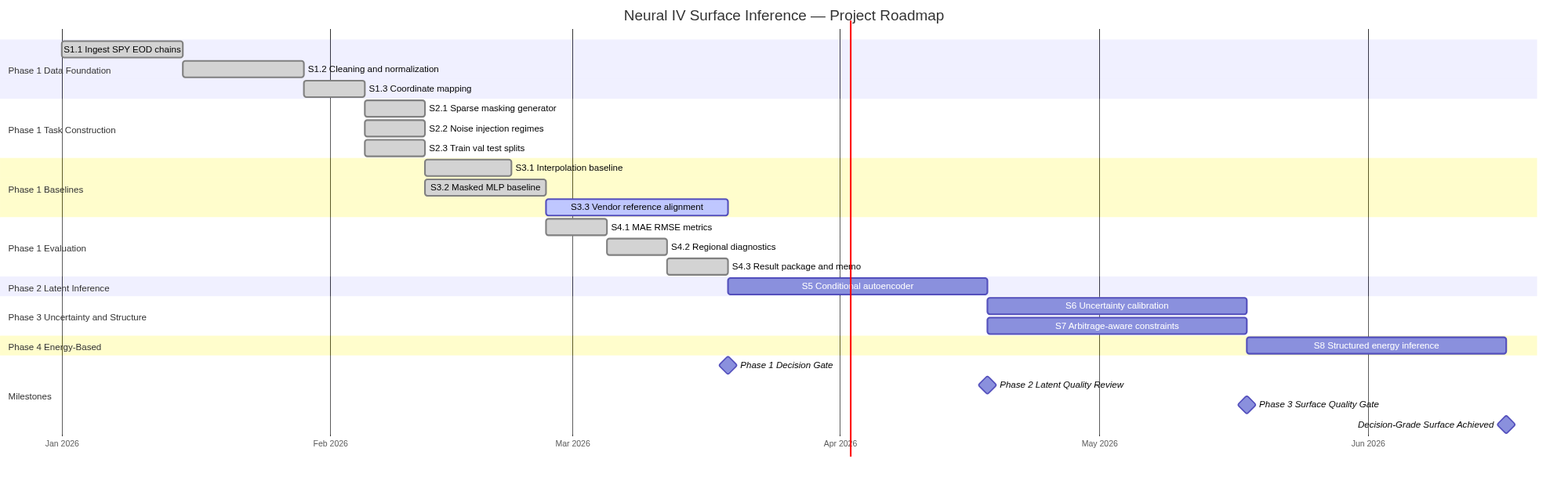
Before: docs/roadmaps/gantt_chart.png, a diagram exported from Mermaid (zymeng1998/neural-iv-surface-inference). Its source is kept beside it as docs/roadmaps/gantt_chart.mmd. The source it was exported from:
```mermaid
gantt
    title Neural IV Surface Inference — Project Roadmap
    dateFormat YYYY-MM-DD
    axisFormat %b %Y

    section Phase 1 Data Foundation
    S1.1 Ingest SPY EOD chains           :done, s11, 2026-01-01, 14d
    S1.2 Cleaning and normalization       :done, s12, after s11, 14d
    S1.3 Coordinate mapping               :done, s13, after s12, 7d

    section Phase 1 Task Construction
    S2.1 Sparse masking generator          :done, s21, after s13, 7d
    S2.2 Noise injection regimes           :done, s22, after s13, 7d
    S2.3 Train val test splits             :done, s23, after s13, 7d

    section Phase 1 Baselines
    S3.1 Interpolation baseline            :done, s31, after s23, 10d
    S3.2 Masked MLP baseline               :done, s32, after s23, 14d
    S3.3 Vendor reference alignment        :active, s33, after s32, 21d

    section Phase 1 Evaluation
    S4.1 MAE RMSE metrics                  :done, s41, after s32, 7d
    S4.2 Regional diagnostics              :done, s42, after s41, 7d
    S4.3 Result package and memo           :done, s43, after s42, 7d

    section Phase 2 Latent Inference
    S5 Conditional autoencoder             :s5, after s33, 30d

    section Phase 3 Uncertainty and Structure
    S6 Uncertainty calibration             :s6, after s5, 30d
    S7 Arbitrage-aware constraints         :s7, after s5, 30d

    section Phase 4 Energy-Based
    S8 Structured energy inference         :s8, after s7, 30d

    section Milestones
    Phase 1 Decision Gate                  :milestone, m1, after s43, 0d
    Phase 2 Latent Quality Review          :milestone, m2, after s5, 0d
    Phase 3 Surface Quality Gate           :milestone, m3, after s7, 0d
    Decision-Grade Surface Achieved        :milestone, m4, after s8, 0d
```
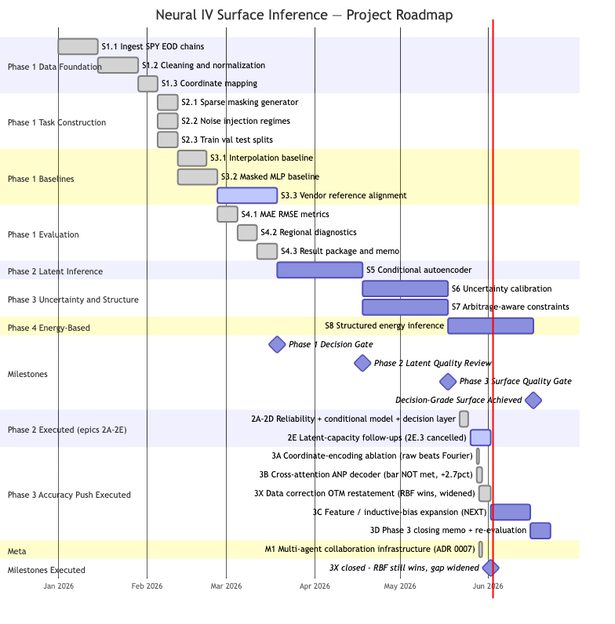
The same file after the commit.

Change to the diagram source:
```diff
@@ -38,3 +38,20 @@
     Phase 2 Latent Quality Review          :milestone, m2, after s5, 0d
     Phase 3 Surface Quality Gate           :milestone, m3, after s7, 0d
     Decision-Grade Surface Achieved        :milestone, m4, after s8, 0d
+
+    section Phase 2 Executed (epics 2A-2E)
+    2A-2D Reliability + conditional model + decision layer :done, p2, 2026-05-22, 2026-05-25
+    2E Latent-capacity follow-ups (2E.3 cancelled)         :active, p2e, 2026-05-26, 7d
+
+    section Phase 3 Accuracy Push Executed
+    3A Coordinate-encoding ablation (raw beats Fourier)    :done, e3a, 2026-05-28, 1d
+    3B Cross-attention ANP decoder (bar NOT met, +2.7pct)  :done, e3b, 2026-05-28, 2d
+    3X Data correction OTM restatement (RBF wins, widened) :done, e3x, 2026-05-29, 2026-06-02
+    3C Feature / inductive-bias expansion (NEXT)           :e3c, after e3x, 14d
+    3D Phase 3 closing memo + re-evaluation                :e3d, after e3c, 7d
+
+    section Meta
+    M1 Multi-agent collaboration infrastructure (ADR 0007) :done, em1, 2026-05-29, 1d
+
+    section Milestones Executed
+    3X closed - RBF still wins, gap widened                :milestone, m3x, 2026-06-02, 0d
```
